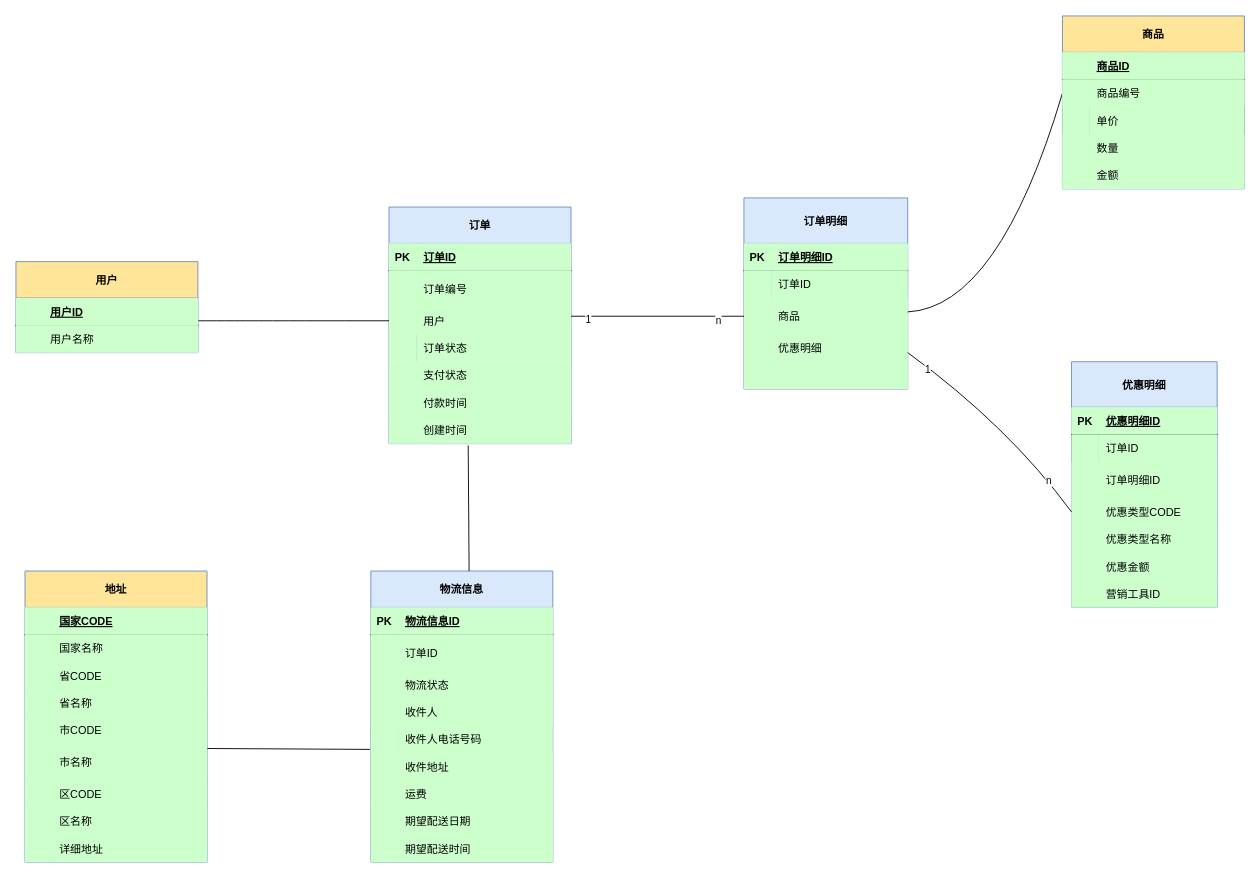
This is 订单能力.drawio from linxiaofan/linhenghui, a draw.io file, before an edit. Source tidied: cells renumbered, new cells numbered last; positions are measured from the earlier drawing's top-left corner, leaving out a move shared by most shapes. Both pictures are drawn from the tidied source at 91%, with x=0, y=0 at pixel (15, 15).
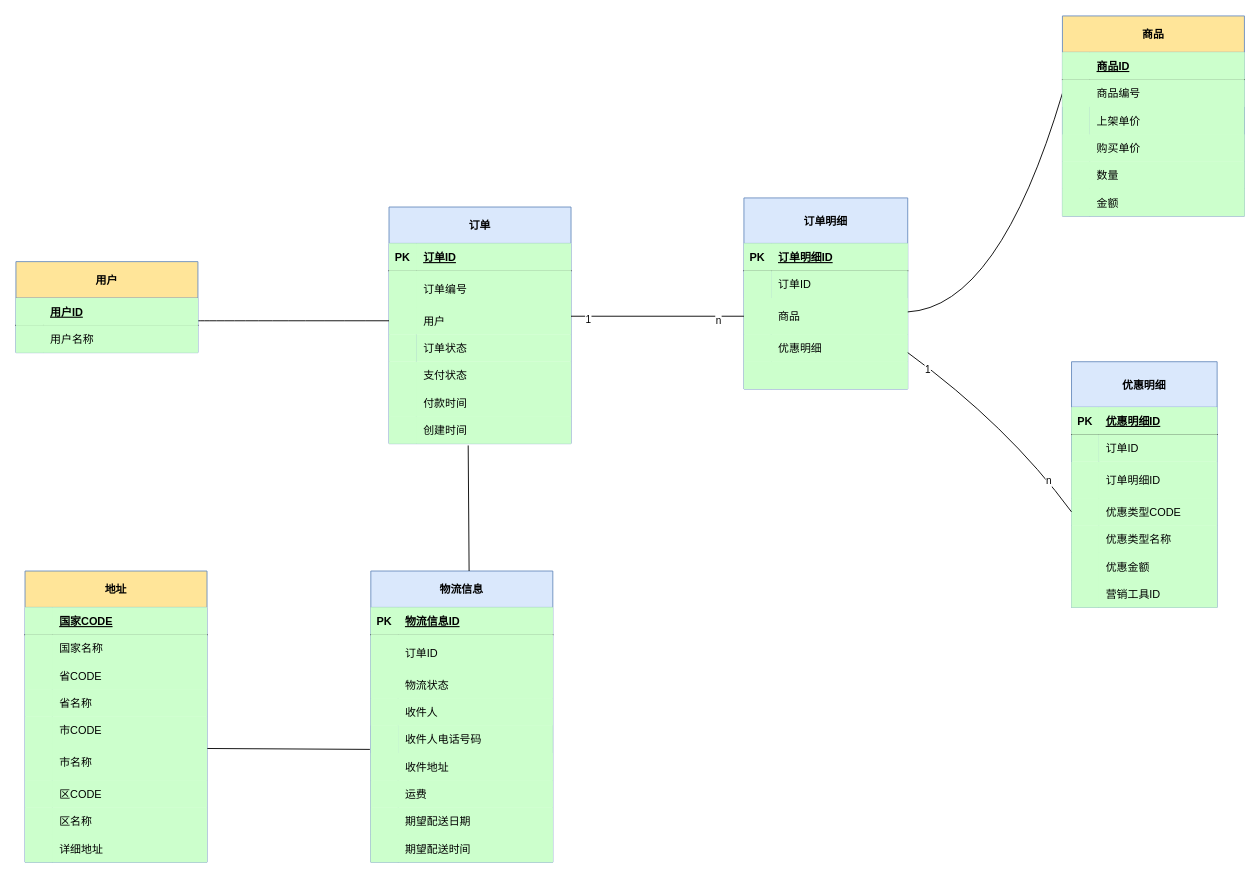
The same diagram, later.

Commit message:
更新订单能力.drawio

Unchanged cells that the change refers to:
```xml
<mxCell id="48" style="shape=partialRectangle;fillColor=none;top=0;left=0;bottom=0;right=0;strokeWidth=1;align=left;" parent="41" vertex="1">
  <mxGeometry y="100" width="200" height="30" as="geometry" />
</mxCell>
```

What changed in the source:
```diff
@@
     <mxCell id="41" value="商品" style="shape=table;startSize=40;childLayout=tableLayout;rowLines=0;fontStyle=1;align=center;strokeColor=#6c8ebf;fillColor=#FFE599;" parent="1" vertex="1">
-      <mxGeometry x="1150" width="200" height="190" as="geometry" />
+      <mxGeometry x="1150" width="200" height="220" as="geometry" />
     </mxCell>
@@
-    <mxCell id="50" value="单价" style="shape=partialRectangle;top=0;left=0;bottom=0;right=0;align=left;spacingLeft=6;overflow=hidden;strokeColor=#82b366;fillColor=#CCFFCC;" parent="48" vertex="1">
+    <mxCell id="50" value="上架单价" style="shape=partialRectangle;top=0;left=0;bottom=0;right=0;align=left;spacingLeft=6;overflow=hidden;strokeColor=#82b366;fillColor=#CCFFCC;" parent="48" vertex="1">
       <mxGeometry x="30" width="170" height="30" as="geometry" />
     </mxCell>
+    <mxCell id="151" style="shape=partialRectangle;top=0;left=0;bottom=0;right=0;fillColor=#CCFFCC;" parent="41" vertex="1">
+      <mxGeometry y="130" width="200" height="30" as="geometry" />
+    </mxCell>
+    <mxCell id="152" style="shape=partialRectangle;top=0;left=0;bottom=0;right=0;overflow=hidden;fillColor=#CCFFCC;" parent="151" vertex="1">
+      <mxGeometry width="30" height="30" as="geometry" />
+    </mxCell>
+    <mxCell id="153" value="购买单价" style="shape=partialRectangle;top=0;left=0;bottom=0;right=0;align=left;spacingLeft=6;overflow=hidden;fillColor=#CCFFCC;" parent="151" vertex="1">
+      <mxGeometry x="30" width="170" height="30" as="geometry" />
+    </mxCell>
     <mxCell id="51" style="shape=partialRectangle;top=0;left=0;bottom=0;right=0;fillColor=#CCFFCC;" parent="41" vertex="1">
-      <mxGeometry y="130" width="200" height="30" as="geometry" />
+      <mxGeometry y="160" width="200" height="30" as="geometry" />
     </mxCell>
@@
     <mxCell id="54" style="shape=partialRectangle;top=0;left=0;bottom=0;right=0;fillColor=#CCFFCC;" parent="41" vertex="1">
-      <mxGeometry y="160" width="200" height="30" as="geometry" />
+      <mxGeometry y="190" width="200" height="30" as="geometry" />
     </mxCell>
```
